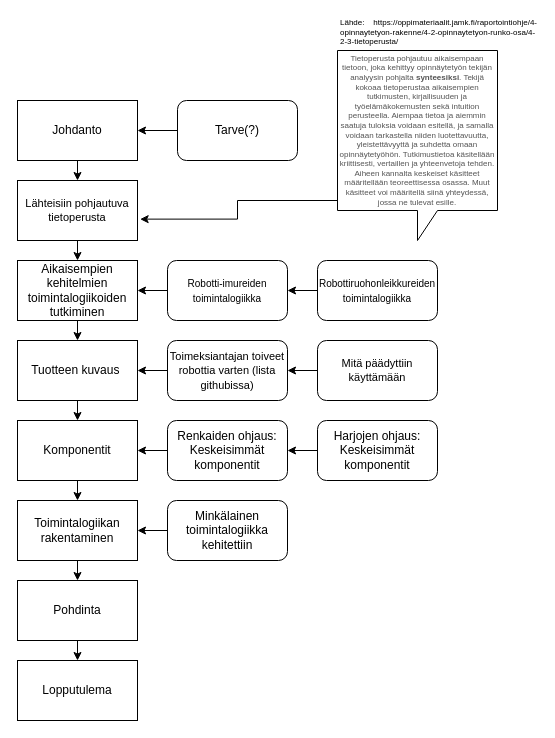
This is thesis_delimination_and_timing.drawio from ihalainev/harjarobotti, a draw.io file, before an edit. Source tidied: cells renumbered, new cells numbered last; positions are measured from the earlier drawing's top-left corner, leaving out a move shared by most shapes. Both pictures are drawn from the tidied source at 100%, with x=0, y=0 at pixel (17, 17).
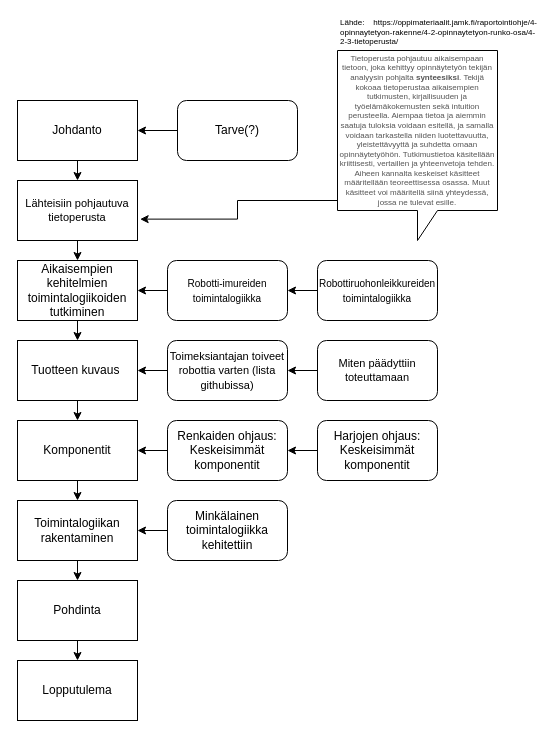
The same diagram, later.

What changed in the source:
```diff
@@
-    <mxCell id="28" value="Mitä päädyttiin käyttämään" style="rounded=1;whiteSpace=wrap;html=1;fontSize=11;" parent="1" vertex="1">
+    <mxCell id="28" value="Miten päädyttiin toteuttamaan" style="rounded=1;whiteSpace=wrap;html=1;fontSize=11;" parent="1" vertex="1">
       <mxGeometry x="300" y="323" width="120" height="60" as="geometry" />
     </mxCell>
```
